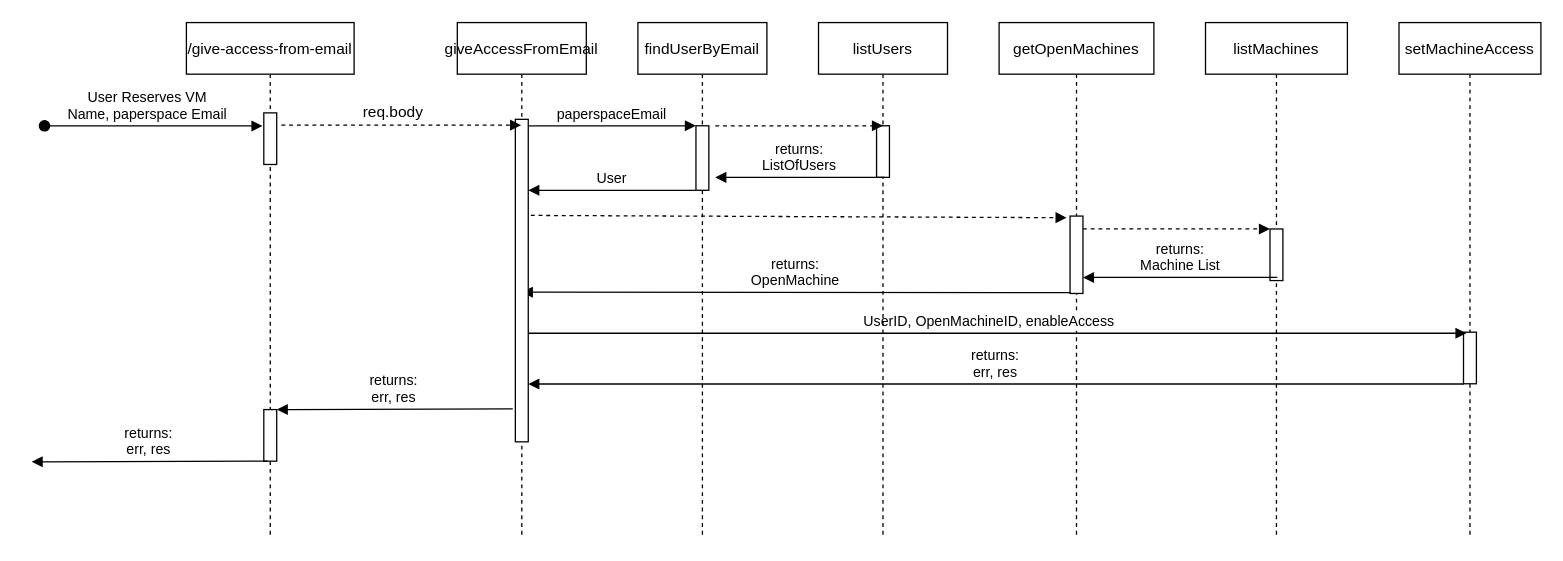
jayjayb772/IRL-Paperspace-automation keeps this draw.io diagram as Back-end/designDocs/GiveAccessFlow.drawio. Above is the earlier version. Source tidied: cells renumbered, new cells numbered last; positions are measured from the earlier drawing's top-left corner, leaving out a move shared by most shapes. Both pictures are drawn from the tidied source at 129%, with x=0, y=0 at pixel (31, 22).
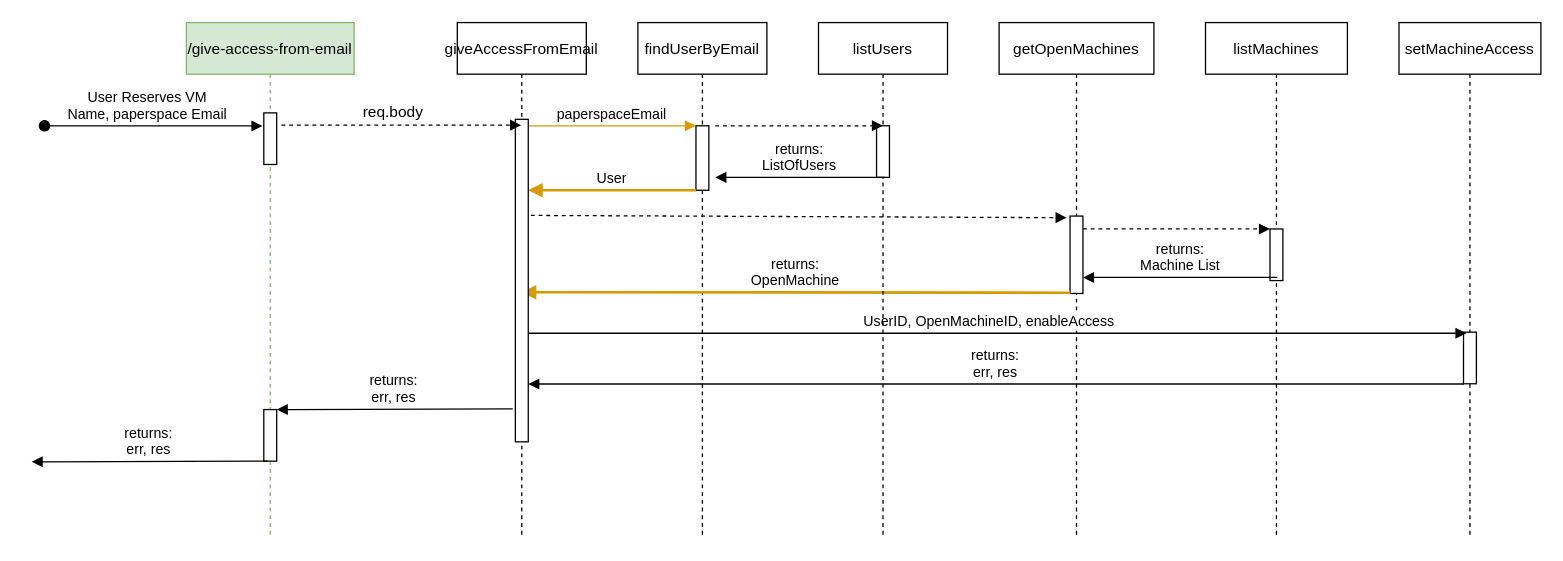
After the change.

Unchanged cells that the change refers to:
```xml
<mxCell id="7" style="points=[];perimeter=orthogonalPerimeter;rounded=0;shadow=0;strokeWidth=1;" parent="6" vertex="1">
  <mxGeometry x="45" y="80" width="10" height="50" as="geometry" />
</mxCell>
<mxCell id="11" style="points=[];perimeter=orthogonalPerimeter;rounded=0;shadow=0;strokeWidth=1;" parent="10" vertex="1">
  <mxGeometry x="55" y="150" width="10" height="60" as="geometry" />
</mxCell>
<mxCell id="19" style="points=[];perimeter=orthogonalPerimeter;rounded=0;shadow=0;strokeWidth=1;" parent="18" vertex="1">
  <mxGeometry x="45" y="75" width="10" height="250" as="geometry" />
</mxCell>
```

Diff of the diagram source:
```diff
@@
-    <mxCell id="2" value="/give-access-from-email" style="shape=umlLifeline;perimeter=lifelinePerimeter;rounded=0;shadow=0;strokeWidth=1;" parent="1" vertex="1">
+    <mxCell id="2" value="/give-access-from-email" style="shape=umlLifeline;perimeter=lifelinePerimeter;rounded=0;shadow=0;strokeWidth=1;fillColor=#d5e8d4;strokeColor=#82b366;" parent="1" vertex="1">
       <mxGeometry x="120" width="130" height="400" as="geometry" />
     </mxCell>
@@
-    <mxCell id="8" value="paperspaceEmail" style="verticalAlign=bottom;endArrow=block;entryX=0;entryY=0;shadow=0;strokeWidth=1;" parent="1" edge="1" source="19" target="7">
+    <mxCell id="8" value="paperspaceEmail" style="verticalAlign=bottom;endArrow=block;entryX=0;entryY=0;shadow=0;strokeWidth=1;fillColor=#ffe6cc;strokeColor=#d79b00;" parent="1" edge="1" source="19" target="7">
       <mxGeometry relative="1" as="geometry" />
     </mxCell>
-    <mxCell id="9" value="User" style="verticalAlign=bottom;endArrow=block;shadow=0;strokeWidth=1;" parent="1" edge="1" source="7" target="19">
+    <mxCell id="9" value="User" style="verticalAlign=bottom;endArrow=block;shadow=0;strokeWidth=2;fillColor=#ffe6cc;strokeColor=#d79b00;" parent="1" edge="1" source="7" target="19">
       <mxGeometry relative="1" as="geometry">
         <Array as="points">
           <mxPoint x="430" y="130" />
         </Array>
       </mxGeometry>
     </mxCell>
@@
-    <mxCell id="13" value="returns:&#10;OpenMachine" style="verticalAlign=bottom;endArrow=block;shadow=0;strokeWidth=1;exitX=0.029;exitY=0.99;exitDx=0;exitDy=0;exitPerimeter=0;" parent="1" edge="1" source="11">
+    <mxCell id="13" value="returns:&#10;OpenMachine" style="verticalAlign=bottom;endArrow=block;shadow=0;strokeWidth=2;exitX=0.029;exitY=0.99;exitDx=0;exitDy=0;exitPerimeter=0;fillColor=#ffe6cc;strokeColor=#d79b00;" parent="1" edge="1" source="11">
       <mxGeometry relative="1" as="geometry">
         <mxPoint x="380" y="209" as="targetPoint" />
       </mxGeometry>
     </mxCell>
```
